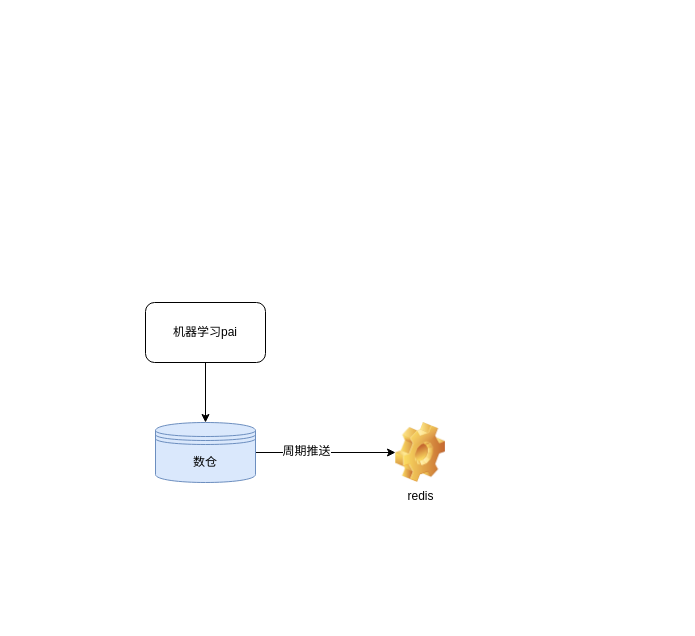
Earlier version of the draw.io diagram 推荐系统-架构图.drawio (wangjie5540/drawio). Source tidied: cells renumbered, new cells numbered last; positions are measured from the earlier drawing's top-left corner, leaving out a move shared by most shapes. Both pictures are drawn from the tidied source at 100%, with x=0, y=0 at pixel (145, 302).
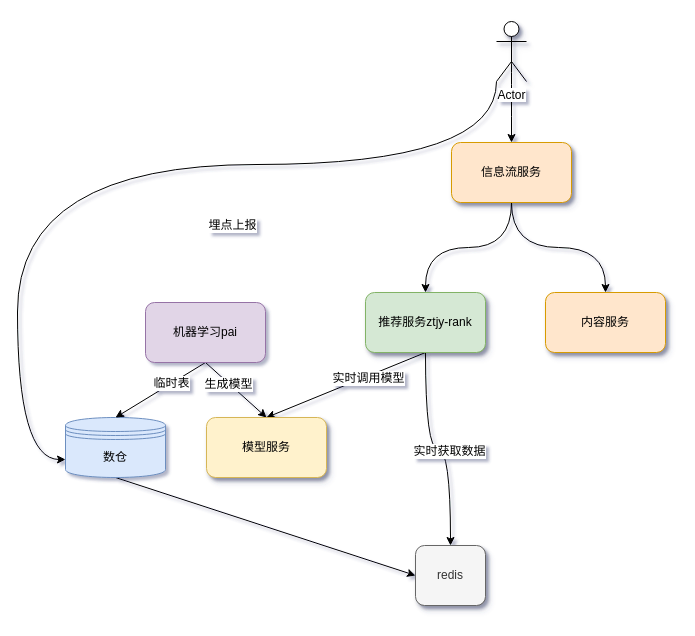
The same diagram, later.

Commit message (it also covers changes not shown here):
更新推荐系统-架构图.drawio

Diff of the diagram source:
```diff
@@
-<mxGraphModel>
+<mxGraphModel background="#FFFFFF" shadow="1">
@@
-    <mxCell id="2" style="edgeStyle=orthogonalEdgeStyle;rounded=0;jettySize=auto;html=1;exitX=1;exitY=0.5;exitDx=0;exitDy=0;entryX=0;entryY=0.5;entryDx=0;entryDy=0;" parent="1" edge="1" source="4" target="5">
+    <mxCell id="2" style="edgeStyle=none;rounded=0;jettySize=auto;html=1;exitX=0.5;exitY=1;exitDx=0;exitDy=0;entryX=0;entryY=0.5;entryDx=0;entryDy=0;" parent="1" edge="1" source="4" target="5">
       <mxGeometry relative="1" as="geometry" />
     </mxCell>
-    <mxCell id="3" value="周期推送" style="text;html=1;align=center;verticalAlign=middle;labelBackgroundColor=#ffffff;" parent="2" vertex="1">
-      <mxGeometry x="-0.28" y="2" relative="1" as="geometry" />
-    </mxCell>
     <mxCell id="4" value="数仓" style="shape=datastore;whiteSpace=wrap;html=1;fillColor=#dae8fc;strokeColor=#6c8ebf;" parent="1" vertex="1">
-      <mxGeometry x="10" y="120" width="100" height="60" as="geometry" />
+      <mxGeometry x="-80" y="115" width="100" height="60" as="geometry" />
     </mxCell>
+    <mxCell id="6" style="rounded=0;jettySize=auto;html=1;exitX=0.5;exitY=1;exitDx=0;exitDy=0;entryX=0.5;entryY=0;entryDx=0;entryDy=0;" parent="1" edge="1" source="7" target="4">
+      <mxGeometry relative="1" as="geometry" />
+    </mxCell>
+    <mxCell id="8" value="临时表" style="text;html=1;align=center;verticalAlign=middle;labelBackgroundColor=#ffffff;" parent="6" vertex="1">
+      <mxGeometry x="-0.24" relative="1" as="geometry" />
+    </mxCell>
+    <mxCell id="9" style="edgeStyle=none;rounded=0;jettySize=auto;html=1;exitX=0.5;exitY=1;exitDx=0;exitDy=0;entryX=0.5;entryY=0;entryDx=0;entryDy=0;" parent="1" edge="1" source="7" target="24">
+      <mxGeometry relative="1" as="geometry" />
+    </mxCell>
+    <mxCell id="10" value="生成模型" style="text;html=1;align=center;verticalAlign=middle;labelBackgroundColor=#ffffff;" parent="9" vertex="1">
+      <mxGeometry x="-0.53" relative="1" as="geometry">
+        <mxPoint x="7.9" y="8.3" as="offset" />
+      </mxGeometry>
+    </mxCell>
+    <mxCell id="7" value="机器学习pai" style="rounded=1;whiteSpace=wrap;html=1;fillColor=#e1d5e7;strokeColor=#9673a6;" parent="1" vertex="1">
+      <mxGeometry width="120" height="60" as="geometry" />
+    </mxCell>
-    <mxCell id="5" value="redis" style="shape=image;html=1;verticalLabelPosition=bottom;labelBackgroundColor=#ffffff;verticalAlign=top;imageAspect=0;image=img/clipart/Gear_128x128.png;" parent="1" vertex="1">
-      <mxGeometry x="250" y="120" width="50" height="60" as="geometry" />
+    <mxCell id="5" value="redis" style="rounded=1;whiteSpace=wrap;html=1;shadow=1;fillColor=#f5f5f5;strokeColor=#666666;fontColor=#333333;" parent="1" vertex="1">
+      <mxGeometry x="270" y="243" width="70" height="60" as="geometry" />
     </mxCell>
-    <mxCell id="6" style="edgeStyle=orthogonalEdgeStyle;rounded=0;jettySize=auto;html=1;exitX=0.5;exitY=1;exitDx=0;exitDy=0;entryX=0.5;entryY=0;entryDx=0;entryDy=0;" parent="1" edge="1" source="7" target="4">
-      <mxGeometry relative="1" as="geometry" />
-    </mxCell>
-    <mxCell id="7" value="机器学习pai" style="rounded=1;whiteSpace=wrap;html=1;" parent="1" vertex="1">
-      <mxGeometry width="120" height="60" as="geometry" />
-    </mxCell>
+    <mxCell id="11" style="edgeStyle=orthogonalEdgeStyle;rounded=0;jettySize=auto;html=1;exitX=0.5;exitY=1;exitDx=0;exitDy=0;curved=1;" parent="1" edge="1" source="15" target="5">
+      <mxGeometry relative="1" as="geometry" />
+    </mxCell>
+    <mxCell id="12" value="实时获取数据" style="text;html=1;align=center;verticalAlign=middle;labelBackgroundColor=#ffffff;" parent="11" vertex="1">
+      <mxGeometry x="0.13" y="-2" relative="1" as="geometry" />
+    </mxCell>
+    <mxCell id="13" style="edgeStyle=none;rounded=0;jettySize=auto;html=1;exitX=0.5;exitY=1;exitDx=0;exitDy=0;entryX=0.5;entryY=0;entryDx=0;entryDy=0;" parent="1" edge="1" source="15" target="24">
+      <mxGeometry relative="1" as="geometry" />
+    </mxCell>
+    <mxCell id="14" value="实时调用模型" style="text;html=1;align=center;verticalAlign=middle;labelBackgroundColor=#ffffff;" parent="13" vertex="1">
+      <mxGeometry x="-0.27" y="2" relative="1" as="geometry" />
+    </mxCell>
+    <mxCell id="15" value="推荐服务ztjy-rank" style="rounded=1;whiteSpace=wrap;html=1;shadow=1;fillColor=#d5e8d4;strokeColor=#82b366;" parent="1" vertex="1">
+      <mxGeometry x="220" y="-10" width="120" height="60" as="geometry" />
+    </mxCell>
+    <mxCell id="16" style="edgeStyle=orthogonalEdgeStyle;curved=1;rounded=0;jettySize=auto;html=1;exitX=0.5;exitY=1;exitDx=0;exitDy=0;" parent="1" edge="1" source="18" target="15">
+      <mxGeometry relative="1" as="geometry" />
+    </mxCell>
+    <mxCell id="17" style="edgeStyle=orthogonalEdgeStyle;curved=1;rounded=0;jettySize=auto;html=1;exitX=0.5;exitY=1;exitDx=0;exitDy=0;" parent="1" edge="1" source="18" target="19">
+      <mxGeometry relative="1" as="geometry" />
+    </mxCell>
+    <mxCell id="18" value="信息流服务" style="rounded=1;whiteSpace=wrap;html=1;shadow=1;fillColor=#ffe6cc;strokeColor=#d79b00;" parent="1" vertex="1">
+      <mxGeometry x="306" y="-160" width="120" height="60" as="geometry" />
+    </mxCell>
+    <mxCell id="19" value="内容服务" style="rounded=1;whiteSpace=wrap;html=1;shadow=1;fillColor=#ffe6cc;strokeColor=#d79b00;" parent="1" vertex="1">
+      <mxGeometry x="400" y="-10" width="120" height="60" as="geometry" />
+    </mxCell>
+    <mxCell id="20" style="edgeStyle=orthogonalEdgeStyle;curved=1;rounded=0;jettySize=auto;html=1;exitX=0.5;exitY=0.5;exitDx=0;exitDy=0;exitPerimeter=0;entryX=0.5;entryY=0;entryDx=0;entryDy=0;" parent="1" edge="1" source="23" target="18">
+      <mxGeometry relative="1" as="geometry" />
+    </mxCell>
+    <mxCell id="21" style="edgeStyle=orthogonalEdgeStyle;curved=1;rounded=0;jettySize=auto;html=1;exitX=0;exitY=1;exitDx=0;exitDy=0;exitPerimeter=0;entryX=0;entryY=0.7;entryDx=0;entryDy=0;" parent="1" edge="1" source="23" target="4">
+      <mxGeometry relative="1" as="geometry">
+        <Array as="points">
+          <mxPoint x="351" y="-138" />
+          <mxPoint x="-128" y="-138" />
+          <mxPoint x="-128" y="157" />
+        </Array>
+      </mxGeometry>
+    </mxCell>
+    <mxCell id="22" value="埋点上报" style="text;html=1;align=center;verticalAlign=middle;labelBackgroundColor=#ffffff;" parent="21" vertex="1">
+      <mxGeometry x="-0.23" y="60" relative="1" as="geometry" />
+    </mxCell>
+    <mxCell id="23" value="Actor" style="shape=umlActor;verticalLabelPosition=bottom;labelBackgroundColor=#ffffff;verticalAlign=top;html=1;outlineConnect=0;shadow=1;" parent="1" vertex="1">
+      <mxGeometry x="351" y="-281" width="30" height="60" as="geometry" />
+    </mxCell>
+    <mxCell id="24" value="模型服务" style="rounded=1;whiteSpace=wrap;html=1;shadow=1;fillColor=#fff2cc;strokeColor=#d6b656;" parent="1" vertex="1">
+      <mxGeometry x="61" y="115" width="120" height="60" as="geometry" />
+    </mxCell>
```
